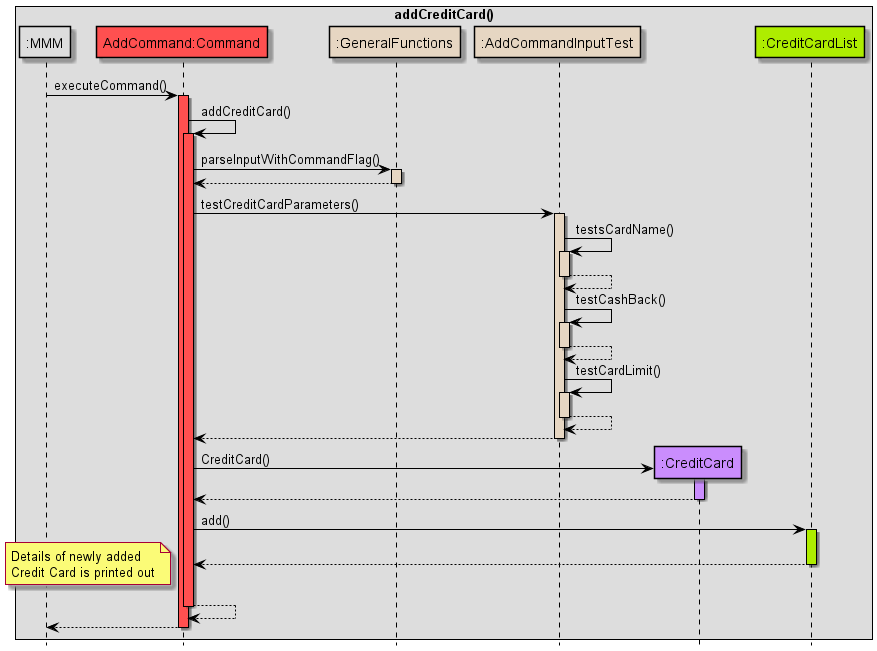
Before: docs/images/AddCreditCardSequenceDiagram.png, a diagram exported from PlantUML (nus-cs2113-AY2122S2/tp).
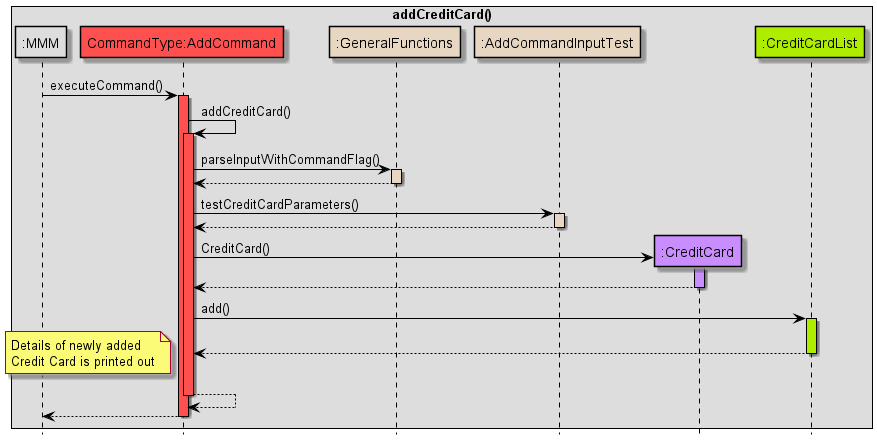
The same file after the commit.

What changed in the source:
```diff
@@ -10,7 +10,7 @@
 
 box addCreditCard()
 participant ":MMM" as MMM MMM_COLOUR
-participant "AddCommand:Command" as AddCommand COMMANDS_COLOUR
+participant "CommandType:AddCommand" as AddCommand COMMANDS_COLOUR
 participant ":GeneralFunctions" as GeneralFunctions HELPER_COLOUR
 participant ":AddCommandInputTest" as AddCommandInputTest HELPER_COLOUR
 participant ":CreditCard" as CreditCard USERFINANCIAL_COLOUR
@@ -30,23 +30,7 @@
 deactivate GeneralFunctions
 
 AddCommand -> AddCommandInputTest: testCreditCardParameters()
-
 activate AddCommandInputTest HELPER_COLOUR
-
-AddCommandInputTest -> AddCommandInputTest: testsCardName()
-activate AddCommandInputTest HELPER_COLOUR
-AddCommandInputTest --> AddCommandInputTest
-deactivate AddCommandInputTest
-
-AddCommandInputTest -> AddCommandInputTest: testCashBack()
-activate AddCommandInputTest HELPER_COLOUR
-AddCommandInputTest --> AddCommandInputTest
-deactivate AddCommandInputTest
-
-AddCommandInputTest -> AddCommandInputTest: testCardLimit()
-activate AddCommandInputTest HELPER_COLOUR
-AddCommandInputTest --> AddCommandInputTest
-deactivate AddCommandInputTest
 
 AddCommandInputTest --> AddCommand
 deactivate AddCommandInputTest
```
